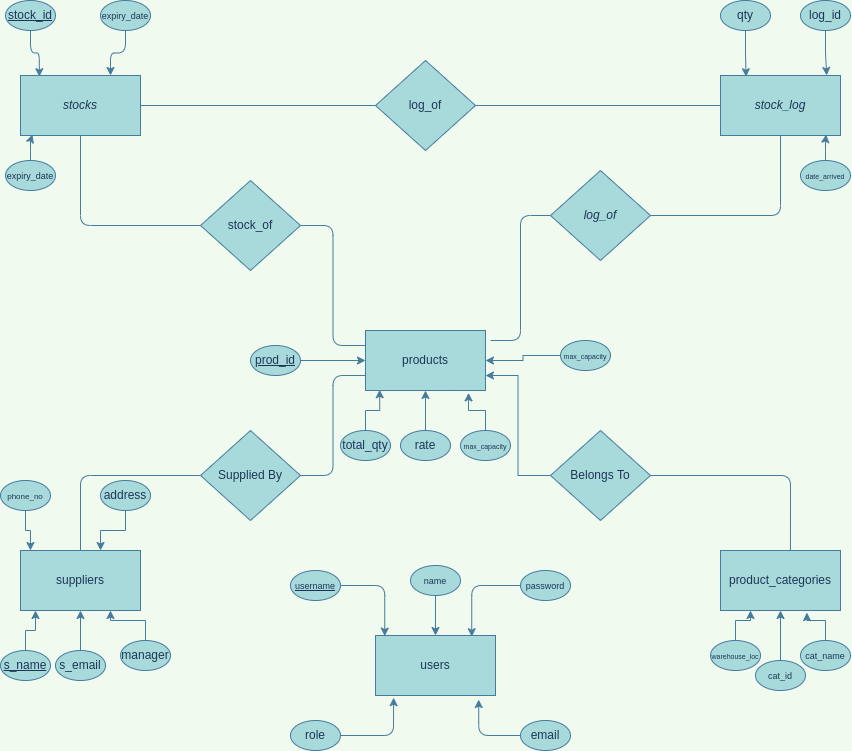
Earlier version of the draw.io export images/ER-Diagram.png (alanphil2k01/StockManager). Source tidied: cells renumbered, new cells last; positions are measured from the earlier drawing's top-left corner, leaving out a move shared by most shapes.
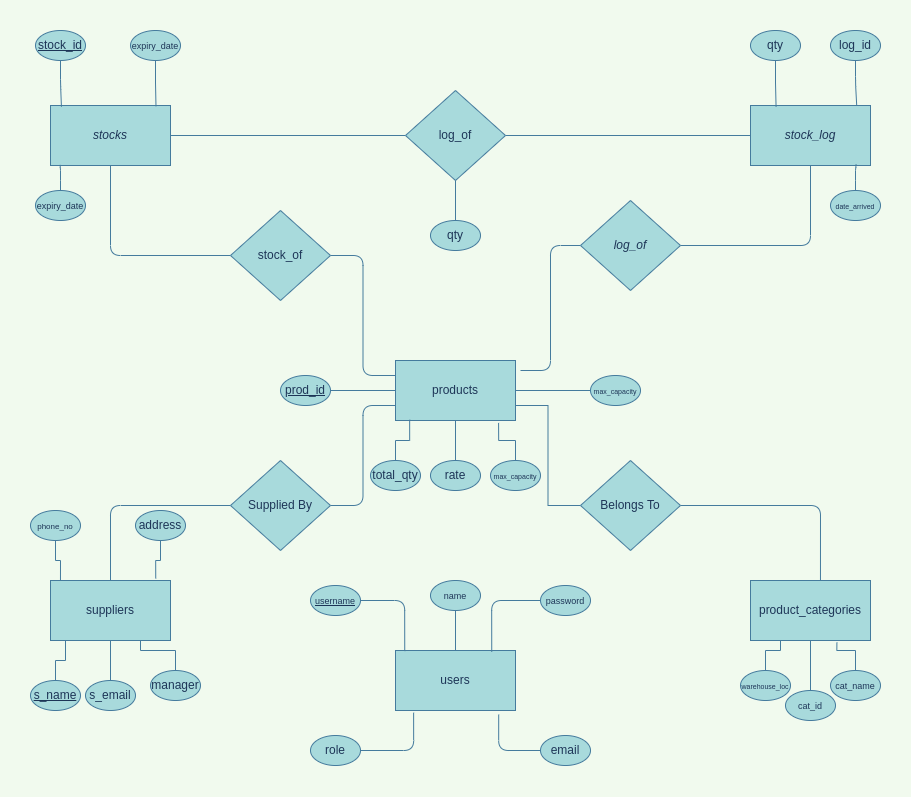
After the commit.

Change to the diagram source:
```diff
@@ -13,3 +13,3 @@
     </mxCell>
-    <mxCell id="5" style="edgeStyle=orthogonalEdgeStyle;rounded=0;jettySize=auto;html=1;fontSize=7;entryX=1;entryY=0.75;entryDx=0;entryDy=0;labelBackgroundColor=#F1FAEE;strokeColor=#457B9D;fontColor=#1D3557;" parent="1" edge="1" source="6" target="2">
+    <mxCell id="5" style="edgeStyle=orthogonalEdgeStyle;rounded=0;jettySize=auto;html=1;fontSize=7;entryX=1;entryY=0.75;entryDx=0;entryDy=0;labelBackgroundColor=#F1FAEE;strokeColor=#457B9D;fontColor=#1D3557;endArrow=none;endFill=0;" parent="1" edge="1" source="6" target="2">
       <mxGeometry relative="1" as="geometry" />
@@ -75,3 +75,3 @@
     </mxCell>
-    <mxCell id="23" style="edgeStyle=orthogonalEdgeStyle;rounded=0;jettySize=auto;html=1;entryX=0.125;entryY=1;entryDx=0;entryDy=0;entryPerimeter=0;labelBackgroundColor=#F1FAEE;strokeColor=#457B9D;fontColor=#1D3557;" parent="1" edge="1" source="24" target="7">
+    <mxCell id="23" style="edgeStyle=orthogonalEdgeStyle;rounded=0;jettySize=auto;html=1;entryX=0.125;entryY=1;entryDx=0;entryDy=0;entryPerimeter=0;labelBackgroundColor=#F1FAEE;strokeColor=#457B9D;fontColor=#1D3557;endArrow=none;endFill=0;" parent="1" edge="1" source="24" target="7">
       <mxGeometry relative="1" as="geometry" />
@@ -81,3 +81,3 @@
     </mxCell>
-    <mxCell id="25" style="edgeStyle=orthogonalEdgeStyle;rounded=0;jettySize=auto;html=1;labelBackgroundColor=#F1FAEE;strokeColor=#457B9D;fontColor=#1D3557;" parent="1" edge="1" source="26" target="7">
+    <mxCell id="25" style="edgeStyle=orthogonalEdgeStyle;rounded=0;jettySize=auto;html=1;labelBackgroundColor=#F1FAEE;strokeColor=#457B9D;fontColor=#1D3557;endArrow=none;endFill=0;" parent="1" edge="1" source="26" target="7">
       <mxGeometry relative="1" as="geometry" />
@@ -87,3 +87,3 @@
     </mxCell>
-    <mxCell id="27" style="edgeStyle=orthogonalEdgeStyle;rounded=0;jettySize=auto;html=1;entryX=0.667;entryY=0;entryDx=0;entryDy=0;entryPerimeter=0;labelBackgroundColor=#F1FAEE;strokeColor=#457B9D;fontColor=#1D3557;" parent="1" edge="1" source="28" target="7">
+    <mxCell id="27" style="edgeStyle=orthogonalEdgeStyle;rounded=0;jettySize=auto;html=1;entryX=0.877;entryY=-0.034;entryDx=0;entryDy=0;labelBackgroundColor=#F1FAEE;strokeColor=#457B9D;fontColor=#1D3557;endArrow=none;endFill=0;entryPerimeter=0;" parent="1" edge="1" source="28" target="7">
       <mxGeometry relative="1" as="geometry" />
@@ -91,5 +91,5 @@
     <mxCell id="28" value="address" style="ellipse;whiteSpace=wrap;html=1;fillColor=#A8DADC;strokeColor=#457B9D;fontColor=#1D3557;" parent="1" vertex="1">
-      <mxGeometry x="100" y="480" width="50" height="30" as="geometry" />
+      <mxGeometry x="105" y="480" width="50" height="30" as="geometry" />
     </mxCell>
-    <mxCell id="29" style="edgeStyle=orthogonalEdgeStyle;rounded=0;jettySize=auto;html=1;entryX=0.75;entryY=1;entryDx=0;entryDy=0;labelBackgroundColor=#F1FAEE;strokeColor=#457B9D;fontColor=#1D3557;" parent="1" edge="1" source="30" target="7">
+    <mxCell id="29" style="edgeStyle=orthogonalEdgeStyle;rounded=0;jettySize=auto;html=1;entryX=0.75;entryY=1;entryDx=0;entryDy=0;labelBackgroundColor=#F1FAEE;strokeColor=#457B9D;fontColor=#1D3557;endArrow=none;endFill=0;" parent="1" edge="1" source="30" target="7">
       <mxGeometry relative="1" as="geometry" />
@@ -99,3 +99,3 @@
     </mxCell>
-    <mxCell id="31" style="edgeStyle=orthogonalEdgeStyle;rounded=0;jettySize=auto;html=1;entryX=0.083;entryY=0;entryDx=0;entryDy=0;entryPerimeter=0;fontSize=8;labelBackgroundColor=#F1FAEE;strokeColor=#457B9D;fontColor=#1D3557;" parent="1" edge="1" source="32" target="7">
+    <mxCell id="31" style="edgeStyle=orthogonalEdgeStyle;rounded=0;jettySize=auto;html=1;entryX=0.083;entryY=0;entryDx=0;entryDy=0;entryPerimeter=0;fontSize=8;labelBackgroundColor=#F1FAEE;strokeColor=#457B9D;fontColor=#1D3557;endArrow=none;endFill=0;" parent="1" edge="1" source="32" target="7">
       <mxGeometry relative="1" as="geometry" />
@@ -105,3 +105,3 @@
     </mxCell>
-    <mxCell id="33" style="edgeStyle=orthogonalEdgeStyle;rounded=0;jettySize=auto;html=1;entryX=0.72;entryY=1.035;entryDx=0;entryDy=0;entryPerimeter=0;fontSize=7;labelBackgroundColor=#F1FAEE;strokeColor=#457B9D;fontColor=#1D3557;" parent="1" edge="1" source="34" target="3">
+    <mxCell id="33" style="edgeStyle=orthogonalEdgeStyle;rounded=0;jettySize=auto;html=1;entryX=0.72;entryY=1.035;entryDx=0;entryDy=0;entryPerimeter=0;fontSize=7;labelBackgroundColor=#F1FAEE;strokeColor=#457B9D;fontColor=#1D3557;endArrow=none;endFill=0;" parent="1" edge="1" source="34" target="3">
       <mxGeometry relative="1" as="geometry" />
@@ -111,3 +111,3 @@
     </mxCell>
-    <mxCell id="35" style="edgeStyle=orthogonalEdgeStyle;rounded=0;jettySize=auto;html=1;entryX=0.25;entryY=1;entryDx=0;entryDy=0;fontSize=7;labelBackgroundColor=#F1FAEE;strokeColor=#457B9D;fontColor=#1D3557;" parent="1" edge="1" source="36" target="3">
+    <mxCell id="35" style="edgeStyle=orthogonalEdgeStyle;rounded=0;jettySize=auto;html=1;entryX=0.25;entryY=1;entryDx=0;entryDy=0;fontSize=7;labelBackgroundColor=#F1FAEE;strokeColor=#457B9D;fontColor=#1D3557;endArrow=none;endFill=0;" parent="1" edge="1" source="36" target="3">
       <mxGeometry relative="1" as="geometry" />
@@ -117,3 +117,3 @@
     </mxCell>
-    <mxCell id="37" style="edgeStyle=orthogonalEdgeStyle;rounded=0;jettySize=auto;html=1;entryX=0.5;entryY=1;entryDx=0;entryDy=0;fontSize=7;labelBackgroundColor=#F1FAEE;strokeColor=#457B9D;fontColor=#1D3557;" parent="1" edge="1" source="38" target="3">
+    <mxCell id="37" style="edgeStyle=orthogonalEdgeStyle;rounded=0;jettySize=auto;html=1;entryX=0.5;entryY=1;entryDx=0;entryDy=0;fontSize=7;labelBackgroundColor=#F1FAEE;strokeColor=#457B9D;fontColor=#1D3557;endArrow=none;endFill=0;" parent="1" edge="1" source="38" target="3">
       <mxGeometry relative="1" as="geometry" />
@@ -123,3 +123,3 @@
     </mxCell>
-    <mxCell id="39" style="edgeStyle=orthogonalEdgeStyle;rounded=0;jettySize=auto;html=1;fontSize=7;labelBackgroundColor=#F1FAEE;strokeColor=#457B9D;fontColor=#1D3557;" parent="1" edge="1" source="40" target="2">
+    <mxCell id="39" style="edgeStyle=orthogonalEdgeStyle;rounded=0;jettySize=auto;html=1;fontSize=7;labelBackgroundColor=#F1FAEE;strokeColor=#457B9D;fontColor=#1D3557;endArrow=none;endFill=0;" parent="1" edge="1" source="40" target="2">
       <mxGeometry relative="1" as="geometry" />
@@ -129,3 +129,3 @@
     </mxCell>
-    <mxCell id="41" style="edgeStyle=orthogonalEdgeStyle;rounded=0;jettySize=auto;html=1;entryX=0.118;entryY=0.987;entryDx=0;entryDy=0;entryPerimeter=0;fontSize=7;labelBackgroundColor=#F1FAEE;strokeColor=#457B9D;fontColor=#1D3557;" parent="1" edge="1" source="42" target="2">
+    <mxCell id="41" style="edgeStyle=orthogonalEdgeStyle;rounded=0;jettySize=auto;html=1;entryX=0.118;entryY=0.987;entryDx=0;entryDy=0;entryPerimeter=0;fontSize=7;labelBackgroundColor=#F1FAEE;strokeColor=#457B9D;fontColor=#1D3557;endArrow=none;endFill=0;" parent="1" edge="1" source="42" target="2">
       <mxGeometry relative="1" as="geometry" />
@@ -135,3 +135,3 @@
     </mxCell>
-    <mxCell id="43" style="edgeStyle=orthogonalEdgeStyle;rounded=0;jettySize=auto;html=1;entryX=0.5;entryY=1;entryDx=0;entryDy=0;fontSize=7;labelBackgroundColor=#F1FAEE;strokeColor=#457B9D;fontColor=#1D3557;" parent="1" edge="1" source="44" target="2">
+    <mxCell id="43" style="edgeStyle=orthogonalEdgeStyle;rounded=0;jettySize=auto;html=1;entryX=0.5;entryY=1;entryDx=0;entryDy=0;fontSize=7;labelBackgroundColor=#F1FAEE;strokeColor=#457B9D;fontColor=#1D3557;endArrow=none;endFill=0;" parent="1" edge="1" source="44" target="2">
       <mxGeometry relative="1" as="geometry" />
@@ -141,3 +141,3 @@
     </mxCell>
-    <mxCell id="45" style="edgeStyle=orthogonalEdgeStyle;rounded=0;jettySize=auto;html=1;entryX=0.859;entryY=1.04;entryDx=0;entryDy=0;entryPerimeter=0;fontSize=7;labelBackgroundColor=#F1FAEE;strokeColor=#457B9D;fontColor=#1D3557;" parent="1" edge="1" source="46" target="2">
+    <mxCell id="45" style="edgeStyle=orthogonalEdgeStyle;rounded=0;jettySize=auto;html=1;entryX=0.859;entryY=1.04;entryDx=0;entryDy=0;entryPerimeter=0;fontSize=7;labelBackgroundColor=#F1FAEE;strokeColor=#457B9D;fontColor=#1D3557;endArrow=none;endFill=0;" parent="1" edge="1" source="46" target="2">
       <mxGeometry relative="1" as="geometry" />
@@ -147,3 +147,3 @@
     </mxCell>
-    <mxCell id="47" style="edgeStyle=orthogonalEdgeStyle;rounded=0;jettySize=auto;html=1;fontSize=7;labelBackgroundColor=#F1FAEE;strokeColor=#457B9D;fontColor=#1D3557;" parent="1" edge="1" source="48" target="2">
+    <mxCell id="47" style="edgeStyle=orthogonalEdgeStyle;rounded=0;jettySize=auto;html=1;fontSize=7;labelBackgroundColor=#F1FAEE;strokeColor=#457B9D;fontColor=#1D3557;endArrow=none;endFill=0;" parent="1" edge="1" source="48" target="2">
       <mxGeometry relative="1" as="geometry" />
@@ -151,5 +151,5 @@
     <mxCell id="48" value="&lt;font style=&quot;font-size: 7px&quot;&gt;max_capacity&lt;/font&gt;" style="ellipse;whiteSpace=wrap;html=1;fillColor=#A8DADC;strokeColor=#457B9D;fontColor=#1D3557;" parent="1" vertex="1">
-      <mxGeometry x="560" y="340" width="50" height="30" as="geometry" />
+      <mxGeometry x="560" y="345" width="50" height="30" as="geometry" />
     </mxCell>
-    <mxCell id="49" style="edgeStyle=orthogonalEdgeStyle;curved=0;rounded=1;sketch=0;jettySize=auto;html=1;entryX=0.157;entryY=0.02;entryDx=0;entryDy=0;entryPerimeter=0;fontSize=9;fontColor=#1D3557;strokeColor=#457B9D;fillColor=#A8DADC;" parent="1" edge="1" source="50" target="8">
+    <mxCell id="49" style="edgeStyle=orthogonalEdgeStyle;curved=0;rounded=1;sketch=0;jettySize=auto;html=1;entryX=0.091;entryY=0.021;entryDx=0;entryDy=0;entryPerimeter=0;fontSize=9;fontColor=#1D3557;strokeColor=#457B9D;fillColor=#A8DADC;endArrow=none;endFill=0;" parent="1" edge="1" source="50" target="8">
       <mxGeometry relative="1" as="geometry" />
@@ -159,3 +159,3 @@
     </mxCell>
-    <mxCell id="51" style="edgeStyle=orthogonalEdgeStyle;curved=0;rounded=1;sketch=0;jettySize=auto;html=1;entryX=0.75;entryY=0;entryDx=0;entryDy=0;fontSize=9;fontColor=#1D3557;strokeColor=#457B9D;fillColor=#A8DADC;" parent="1" edge="1" source="52" target="8">
+    <mxCell id="51" style="edgeStyle=orthogonalEdgeStyle;curved=0;rounded=1;sketch=0;jettySize=auto;html=1;fontSize=9;fontColor=#1D3557;strokeColor=#457B9D;fillColor=#A8DADC;endArrow=none;endFill=0;entryX=0.879;entryY=0.012;entryDx=0;entryDy=0;entryPerimeter=0;" parent="1" edge="1" source="52" target="8">
       <mxGeometry relative="1" as="geometry" />
@@ -165,3 +165,3 @@
     </mxCell>
-    <mxCell id="53" style="edgeStyle=orthogonalEdgeStyle;curved=0;rounded=1;sketch=0;jettySize=auto;html=1;entryX=0.099;entryY=0.983;entryDx=0;entryDy=0;entryPerimeter=0;fontSize=9;fontColor=#1D3557;strokeColor=#457B9D;fillColor=#A8DADC;" parent="1" edge="1" source="54" target="8">
+    <mxCell id="53" style="edgeStyle=orthogonalEdgeStyle;curved=0;rounded=1;sketch=0;jettySize=auto;html=1;entryX=0.08;entryY=0.99;entryDx=0;entryDy=0;entryPerimeter=0;fontSize=9;fontColor=#1D3557;strokeColor=#457B9D;fillColor=#A8DADC;endArrow=none;endFill=0;" parent="1" edge="1" source="54" target="8">
       <mxGeometry relative="1" as="geometry" />
@@ -171,3 +171,3 @@
     </mxCell>
-    <mxCell id="55" style="edgeStyle=orthogonalEdgeStyle;curved=0;rounded=1;sketch=0;jettySize=auto;html=1;entryX=0.885;entryY=-0.001;entryDx=0;entryDy=0;entryPerimeter=0;fontSize=9;fontColor=#1D3557;strokeColor=#457B9D;fillColor=#A8DADC;" parent="1" edge="1" source="56" target="16">
+    <mxCell id="55" style="edgeStyle=orthogonalEdgeStyle;curved=0;rounded=1;sketch=0;jettySize=auto;html=1;entryX=0.885;entryY=-0.001;entryDx=0;entryDy=0;entryPerimeter=0;fontSize=9;fontColor=#1D3557;strokeColor=#457B9D;fillColor=#A8DADC;endArrow=none;endFill=0;" parent="1" edge="1" source="56" target="16">
       <mxGeometry relative="1" as="geometry" />
@@ -177,3 +177,3 @@
     </mxCell>
-    <mxCell id="57" style="edgeStyle=orthogonalEdgeStyle;curved=0;rounded=1;sketch=0;jettySize=auto;html=1;entryX=0.213;entryY=0.02;entryDx=0;entryDy=0;entryPerimeter=0;fontSize=9;fontColor=#1D3557;strokeColor=#457B9D;fillColor=#A8DADC;" parent="1" edge="1" source="58" target="16">
+    <mxCell id="57" style="edgeStyle=orthogonalEdgeStyle;curved=0;rounded=1;sketch=0;jettySize=auto;html=1;entryX=0.213;entryY=0.02;entryDx=0;entryDy=0;entryPerimeter=0;fontSize=9;fontColor=#1D3557;strokeColor=#457B9D;fillColor=#A8DADC;endArrow=none;endFill=0;" parent="1" edge="1" source="58" target="16">
       <mxGeometry relative="1" as="geometry" />
@@ -183,3 +183,3 @@
     </mxCell>
-    <mxCell id="59" style="edgeStyle=orthogonalEdgeStyle;curved=0;rounded=1;sketch=0;jettySize=auto;html=1;entryX=0.88;entryY=0.983;entryDx=0;entryDy=0;entryPerimeter=0;fontSize=9;fontColor=#1D3557;strokeColor=#457B9D;fillColor=#A8DADC;" parent="1" edge="1" source="60" target="16">
+    <mxCell id="59" style="edgeStyle=orthogonalEdgeStyle;curved=0;rounded=1;sketch=0;jettySize=auto;html=1;entryX=0.88;entryY=0.983;entryDx=0;entryDy=0;entryPerimeter=0;fontSize=9;fontColor=#1D3557;strokeColor=#457B9D;fillColor=#A8DADC;endArrow=none;endFill=0;" parent="1" edge="1" source="60" target="16">
       <mxGeometry relative="1" as="geometry" />
@@ -190,5 +190,5 @@
     <mxCell id="61" value="users" style="rounded=0;whiteSpace=wrap;html=1;fillColor=#A8DADC;strokeColor=#457B9D;fontColor=#1D3557;" parent="1" vertex="1">
-      <mxGeometry x="375" y="635" width="120" height="60" as="geometry" />
+      <mxGeometry x="365" y="620" width="120" height="60" as="geometry" />
     </mxCell>
-    <mxCell id="62" style="edgeStyle=orthogonalEdgeStyle;curved=0;rounded=1;sketch=0;jettySize=auto;html=1;entryX=0.077;entryY=0.01;entryDx=0;entryDy=0;entryPerimeter=0;fontSize=9;fontColor=#1D3557;strokeColor=#457B9D;fillColor=#A8DADC;" parent="1" edge="1" source="63" target="61">
+    <mxCell id="62" style="edgeStyle=orthogonalEdgeStyle;curved=0;rounded=1;sketch=0;jettySize=auto;html=1;entryX=0.077;entryY=0.01;entryDx=0;entryDy=0;entryPerimeter=0;fontSize=9;fontColor=#1D3557;strokeColor=#457B9D;fillColor=#A8DADC;endArrow=none;endFill=0;" parent="1" edge="1" source="63" target="61">
       <mxGeometry relative="1" as="geometry" />
@@ -196,5 +196,5 @@
     <mxCell id="63" value="&lt;u&gt;&lt;font style=&quot;font-size: 9px&quot;&gt;username&lt;/font&gt;&lt;/u&gt;" style="ellipse;whiteSpace=wrap;html=1;fillColor=#A8DADC;strokeColor=#457B9D;fontColor=#1D3557;" parent="1" vertex="1">
-      <mxGeometry x="290" y="570" width="50" height="30" as="geometry" />
+      <mxGeometry x="280" y="555" width="50" height="30" as="geometry" />
     </mxCell>
-    <mxCell id="64" style="edgeStyle=orthogonalEdgeStyle;curved=0;rounded=1;sketch=0;jettySize=auto;html=1;fontSize=9;fontColor=#1D3557;strokeColor=#457B9D;fillColor=#A8DADC;entryX=0.151;entryY=1.036;entryDx=0;entryDy=0;entryPerimeter=0;" parent="1" edge="1" source="65" target="61">
+    <mxCell id="64" style="edgeStyle=orthogonalEdgeStyle;curved=0;rounded=1;sketch=0;jettySize=auto;html=1;fontSize=9;fontColor=#1D3557;strokeColor=#457B9D;fillColor=#A8DADC;entryX=0.151;entryY=1.036;entryDx=0;entryDy=0;entryPerimeter=0;endArrow=none;endFill=0;" parent="1" edge="1" source="65" target="61">
       <mxGeometry relative="1" as="geometry" />
@@ -202,5 +202,5 @@
     <mxCell id="65" value="role" style="ellipse;whiteSpace=wrap;html=1;fillColor=#A8DADC;strokeColor=#457B9D;fontColor=#1D3557;" parent="1" vertex="1">
-      <mxGeometry x="290" y="720" width="50" height="30" as="geometry" />
+      <mxGeometry x="280" y="705" width="50" height="30" as="geometry" />
     </mxCell>
-    <mxCell id="66" style="edgeStyle=orthogonalEdgeStyle;curved=0;rounded=1;sketch=0;jettySize=auto;html=1;entryX=0.86;entryY=1.068;entryDx=0;entryDy=0;entryPerimeter=0;fontSize=9;fontColor=#1D3557;strokeColor=#457B9D;fillColor=#A8DADC;" parent="1" edge="1" source="67" target="61">
+    <mxCell id="66" style="edgeStyle=orthogonalEdgeStyle;curved=0;rounded=1;sketch=0;jettySize=auto;html=1;entryX=0.86;entryY=1.068;entryDx=0;entryDy=0;entryPerimeter=0;fontSize=9;fontColor=#1D3557;strokeColor=#457B9D;fillColor=#A8DADC;endArrow=none;endFill=0;" parent="1" edge="1" source="67" target="61">
       <mxGeometry relative="1" as="geometry" />
@@ -208,5 +208,5 @@
     <mxCell id="67" value="email" style="ellipse;whiteSpace=wrap;html=1;fillColor=#A8DADC;strokeColor=#457B9D;fontColor=#1D3557;" parent="1" vertex="1">
-      <mxGeometry x="520" y="720" width="50" height="30" as="geometry" />
+      <mxGeometry x="510" y="705" width="50" height="30" as="geometry" />
     </mxCell>
-    <mxCell id="68" style="edgeStyle=orthogonalEdgeStyle;curved=0;rounded=1;sketch=0;jettySize=auto;html=1;entryX=0.802;entryY=0.02;entryDx=0;entryDy=0;entryPerimeter=0;fontSize=9;fontColor=#1D3557;strokeColor=#457B9D;fillColor=#A8DADC;" parent="1" edge="1" source="69" target="61">
+    <mxCell id="68" style="edgeStyle=orthogonalEdgeStyle;curved=0;rounded=1;sketch=0;jettySize=auto;html=1;entryX=0.802;entryY=0.02;entryDx=0;entryDy=0;entryPerimeter=0;fontSize=9;fontColor=#1D3557;strokeColor=#457B9D;fillColor=#A8DADC;endArrow=none;endFill=0;" parent="1" edge="1" source="69" target="61">
       <mxGeometry relative="1" as="geometry" />
@@ -214,5 +214,5 @@
     <mxCell id="69" value="&lt;font style=&quot;font-size: 9px&quot;&gt;password&lt;/font&gt;" style="ellipse;whiteSpace=wrap;html=1;fillColor=#A8DADC;strokeColor=#457B9D;fontColor=#1D3557;" parent="1" vertex="1">
-      <mxGeometry x="520" y="570" width="50" height="30" as="geometry" />
+      <mxGeometry x="510" y="555" width="50" height="30" as="geometry" />
     </mxCell>
-    <mxCell id="70" style="edgeStyle=orthogonalEdgeStyle;curved=0;rounded=1;sketch=0;jettySize=auto;html=1;fontSize=9;fontColor=#1D3557;strokeColor=#457B9D;fillColor=#A8DADC;" parent="1" edge="1" source="71" target="61">
+    <mxCell id="70" style="edgeStyle=orthogonalEdgeStyle;curved=0;rounded=1;sketch=0;jettySize=auto;html=1;fontSize=9;fontColor=#1D3557;strokeColor=#457B9D;fillColor=#A8DADC;endArrow=none;endFill=0;" parent="1" edge="1" source="71" target="61">
       <mxGeometry relative="1" as="geometry" />
@@ -220,4 +220,10 @@
     <mxCell id="71" value="&lt;font style=&quot;font-size: 9px&quot;&gt;name&lt;/font&gt;" style="ellipse;whiteSpace=wrap;html=1;fillColor=#A8DADC;strokeColor=#457B9D;fontColor=#1D3557;" parent="1" vertex="1">
-      <mxGeometry x="410" y="565" width="50" height="30" as="geometry" />
+      <mxGeometry x="400" y="550" width="50" height="30" as="geometry" />
     </mxCell>
+    <mxCell id="72" style="edgeStyle=orthogonalEdgeStyle;curved=0;rounded=1;sketch=0;jettySize=auto;html=1;entryX=0.5;entryY=1;entryDx=0;entryDy=0;fontSize=12;fontColor=#1D3557;strokeColor=#457B9D;fillColor=#A8DADC;endArrow=none;endFill=0;" parent="1" edge="1" source="73" target="22">
+      <mxGeometry relative="1" as="geometry" />
+    </mxCell>
+    <mxCell id="73" value="qty" style="ellipse;whiteSpace=wrap;html=1;fontStyle=0;fillColor=#A8DADC;strokeColor=#457B9D;fontColor=#1D3557;" parent="1" vertex="1">
+      <mxGeometry x="400" y="190" width="50" height="30" as="geometry" />
+    </mxCell>
   </root>
```
